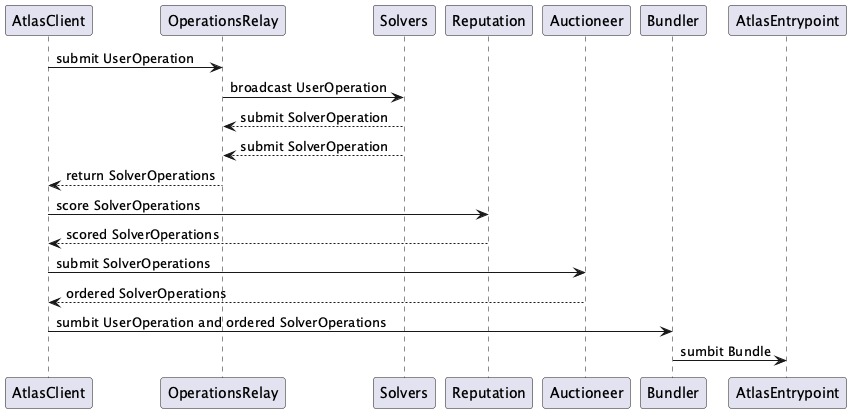
This is docs/component-interaction.png from FastLane-Labs/atlas-sdk, a PlantUML export, as it was before one commit. Source of this version:
```plantuml
@startuml
participant AtlasClient
participant OperationsRelay
participant Solvers
participant Reputation
participant Auctioneer
participant Bundler
participant AtlasEntrypoint

AtlasClient -> OperationsRelay : submit UserOperation
OperationsRelay -> Solvers : broadcast UserOperation
Solvers --> OperationsRelay : submit SolverOperation
Solvers --> OperationsRelay : submit SolverOperation
OperationsRelay --> AtlasClient : return SolverOperations
AtlasClient -> Reputation : score SolverOperations
Reputation --> AtlasClient : scored SolverOperations
AtlasClient -> Auctioneer : submit SolverOperations
Auctioneer --> AtlasClient : ordered SolverOperations
AtlasClient -> Bundler : sumbit UserOperation and ordered SolverOperations
Bundler -> AtlasEntrypoint : sumbit Bundle
@enduml
```
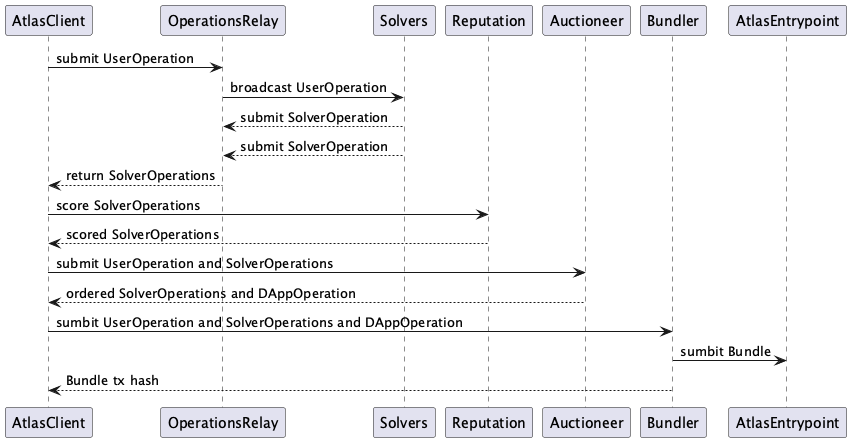
Later version of the same file.

Change to the diagram source:
```diff
@@ -14,8 +14,9 @@
 OperationsRelay --> AtlasClient : return SolverOperations
 AtlasClient -> Reputation : score SolverOperations
 Reputation --> AtlasClient : scored SolverOperations
-AtlasClient -> Auctioneer : submit SolverOperations
-Auctioneer --> AtlasClient : ordered SolverOperations
-AtlasClient -> Bundler : sumbit UserOperation and ordered SolverOperations
+AtlasClient -> Auctioneer : submit UserOperation and SolverOperations
+Auctioneer --> AtlasClient : ordered SolverOperations and DAppOperation
+AtlasClient -> Bundler : sumbit UserOperation and SolverOperations and DAppOperation
 Bundler -> AtlasEntrypoint : sumbit Bundle
+Bundler --> AtlasClient: Bundle tx hash
 @enduml
```
